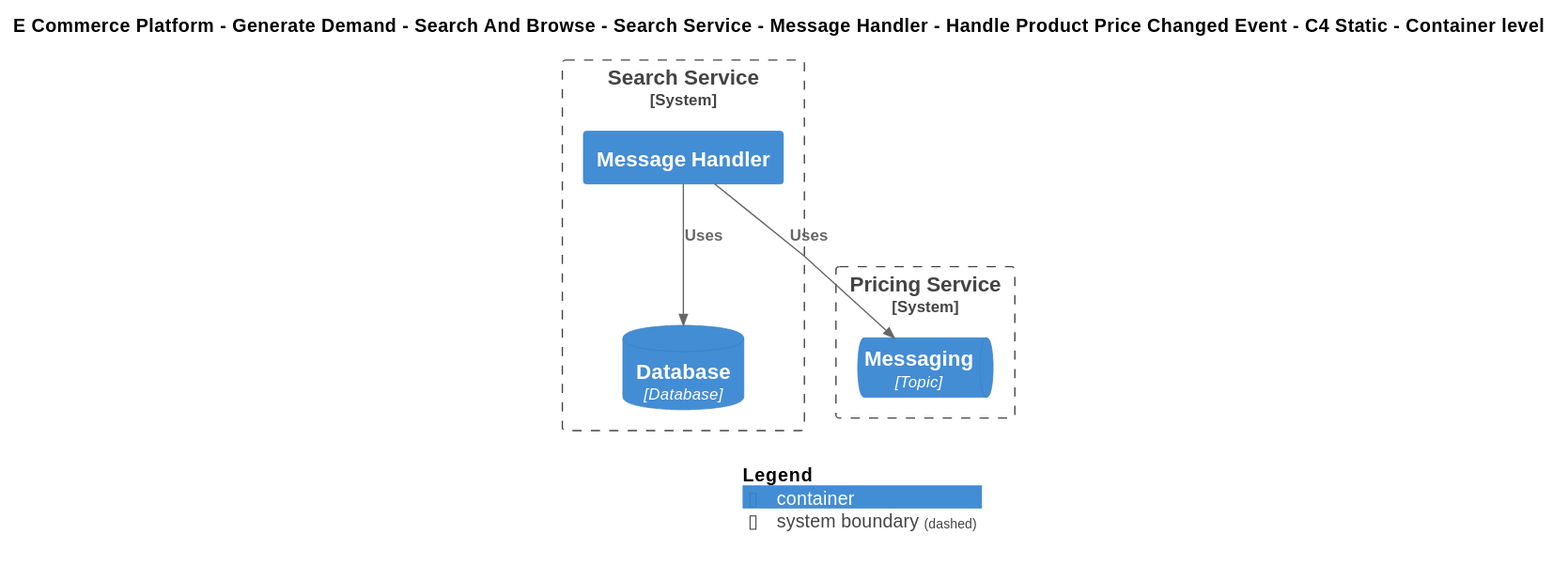
Before: Samples/E-Commerce Platform/Yaml/Diagrams/E Commerce Platform/Generate Demand/Search And Browse/Software Systems/Search Service/Containers/Message Handler/Interfaces/Handle Product Price Changed Event/Container - C4 Static.svg, a diagram exported from PlantUML (mnadenysenko/C4InterFlow).
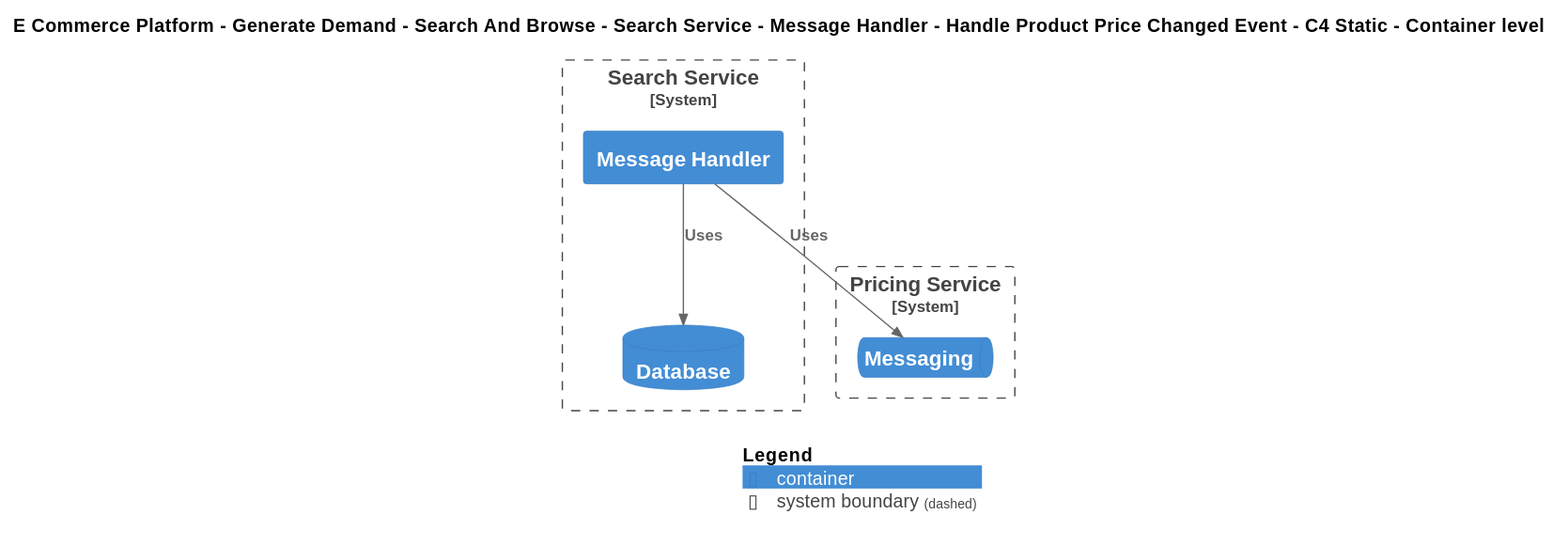
The same file after the commit.

Change to the diagram source:
```diff
@@ -19,11 +19,11 @@
 
 System_Boundary(ECommercePlatform.GenerateDemand.SearchAndBrowse.SoftwareSystems.SearchService, "Search Service") {
     Container(ECommercePlatform.GenerateDemand.SearchAndBrowse.SoftwareSystems.SearchService.Containers.MessageHandler, "Message Handler", "", "")
-    ContainerDb(ECommercePlatform.GenerateDemand.SearchAndBrowse.SoftwareSystems.SearchService.Containers.Database, "Database", "Database", "")
+    ContainerDb(ECommercePlatform.GenerateDemand.SearchAndBrowse.SoftwareSystems.SearchService.Containers.Database, "Database", "", "")
 }
 
 System_Boundary(ECommercePlatform.CreateProduct.PriceManagement.SoftwareSystems.PricingService, "Pricing Service") {
-    ContainerQueue(ECommercePlatform.CreateProduct.PriceManagement.SoftwareSystems.PricingService.Containers.Messaging, "Messaging", "Topic", "")
+    ContainerQueue(ECommercePlatform.CreateProduct.PriceManagement.SoftwareSystems.PricingService.Containers.Messaging, "Messaging", "", "")
 }
 
 Rel(ECommercePlatform.GenerateDemand.SearchAndBrowse.SoftwareSystems.SearchService.Containers.MessageHandler, ECommercePlatform.CreateProduct.PriceManagement.SoftwareSystems.PricingService.Containers.Messaging, "Uses")
```
